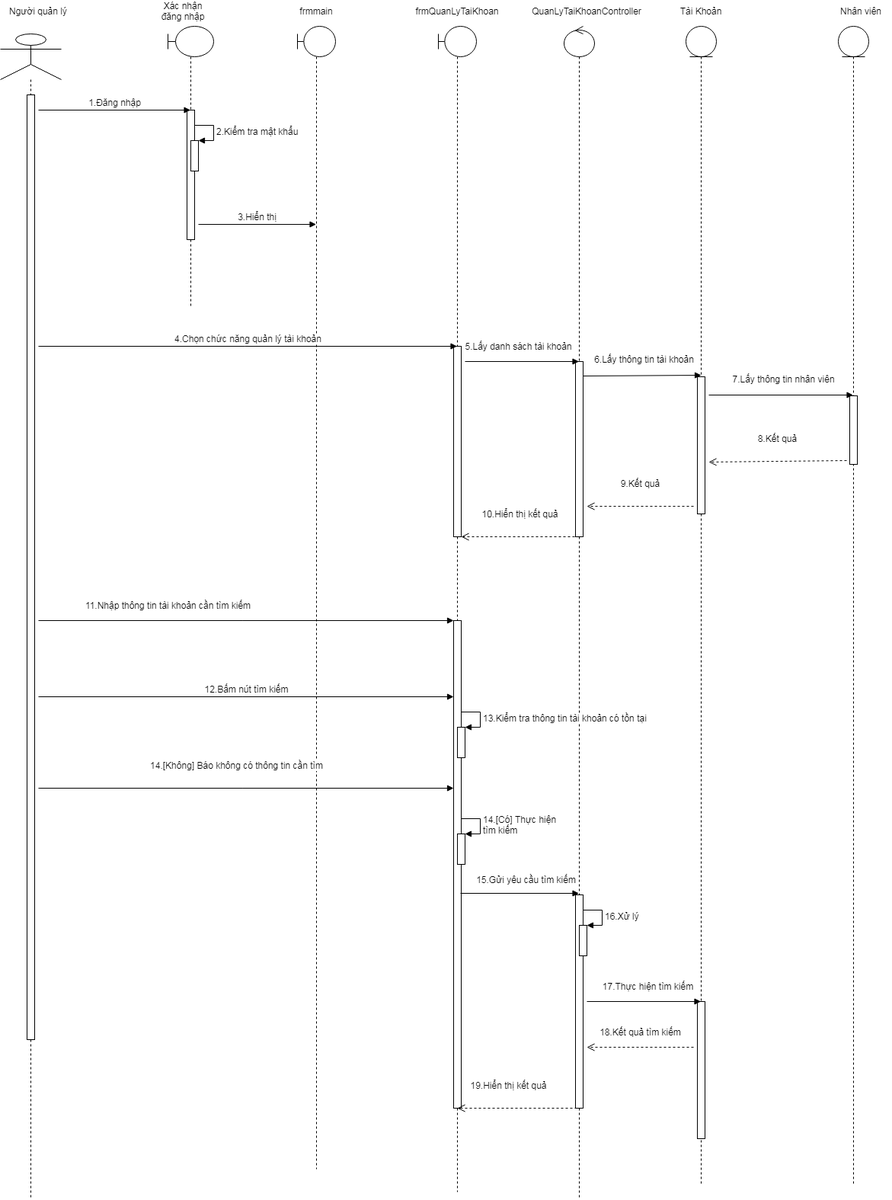
This is Phan_Tich_Thiet_Ke/Diagram/Sequence_Diagram/Sequence_Diagram_QuanLyTaiKhoan_TimKiemTaiKhoan.png from KNhaa/DoAnCNPM, a draw.io export, as it was before one commit. Source tidied: cells renumbered, new cells last; positions are measured from the earlier drawing's top-left corner, leaving out a move shared by most shapes.
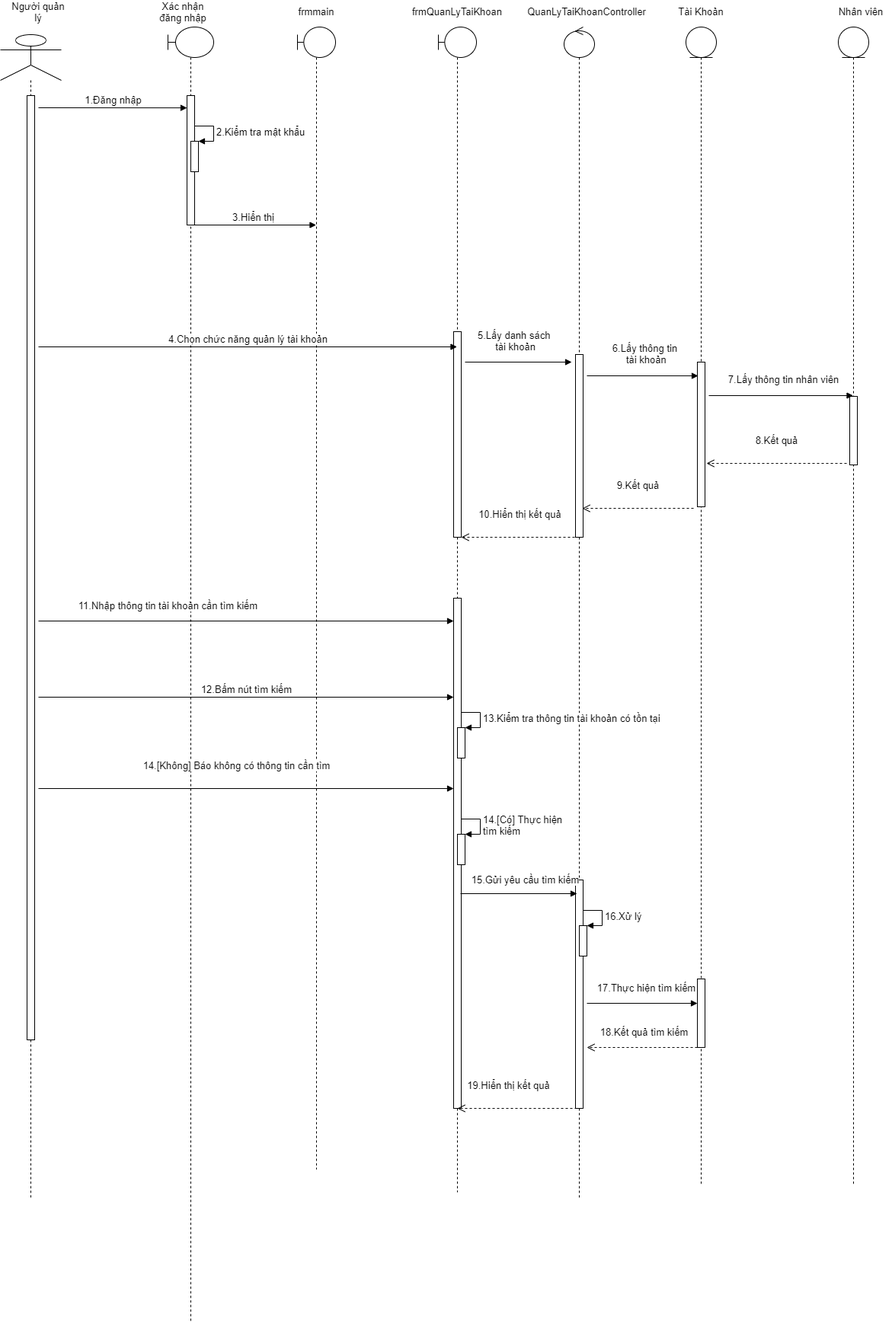
The same file after the commit.

Diff of the diagram source:
```diff
@@ -9,15 +9,15 @@
       <mxGeometry x="35" y="80" width="10" height="1240" as="geometry" />
     </mxCell>
     <mxCell id="4" style="shape=umlLifeline;participant=umlBoundary;perimeter=lifelinePerimeter;whiteSpace=wrap;html=1;verticalAlign=top;spacingTop=36;outlineConnect=0;" parent="1" vertex="1">
-      <mxGeometry x="220" y="30" width="60" height="370" as="geometry" />
+      <mxGeometry x="220" y="30" width="60" height="1700" as="geometry" />
     </mxCell>
     <mxCell id="5" style="html=1;points=[];perimeter=orthogonalPerimeter;" parent="4" vertex="1">
-      <mxGeometry x="25" y="110" width="10" height="170" as="geometry" />
+      <mxGeometry x="25" y="90" width="10" height="170" as="geometry" />
     </mxCell>
     <mxCell id="6" style="html=1;points=[];perimeter=orthogonalPerimeter;" parent="4" vertex="1">
       <mxGeometry x="30" y="150" width="10" height="40" as="geometry" />
     </mxCell>
-    <mxCell id="7" value="&lt;font style=&quot;font-size: 12px&quot;&gt;2.Kiểm tra mật khẩu&lt;/font&gt;" style="edgeStyle=orthogonalEdgeStyle;html=1;align=left;spacingLeft=2;endArrow=block;rounded=0;entryX=1;entryY=0;" parent="4" edge="1" target="6">
+    <mxCell id="7" value="&lt;font style=&quot;font-size: 13px&quot;&gt;2.Kiểm tra mật khẩu&lt;/font&gt;" style="edgeStyle=orthogonalEdgeStyle;html=1;align=left;spacingLeft=2;endArrow=block;rounded=0;entryX=1;entryY=0;" parent="4" edge="1" target="6">
       <mxGeometry relative="1" as="geometry">
         <mxPoint x="35" y="130" as="sourcePoint" />
         <Array as="points">
@@ -32,24 +32,24 @@
       <mxGeometry x="900" y="30" width="40" height="1520" as="geometry" />
     </mxCell>
     <mxCell id="10" style="html=1;points=[];perimeter=orthogonalPerimeter;" parent="9" vertex="1">
-      <mxGeometry x="15" y="460" width="10" height="180" as="geometry" />
+      <mxGeometry x="15" y="440" width="10" height="190" as="geometry" />
     </mxCell>
     <mxCell id="11" style="html=1;points=[];perimeter=orthogonalPerimeter;" parent="9" vertex="1">
-      <mxGeometry x="15" y="1280" width="10" height="180" as="geometry" />
+      <mxGeometry x="15" y="1250" width="10" height="90" as="geometry" />
     </mxCell>
     <mxCell id="12" style="shape=umlLifeline;participant=umlControl;perimeter=lifelinePerimeter;whiteSpace=wrap;html=1;verticalAlign=top;spacingTop=36;outlineConnect=0;" parent="1" vertex="1">
       <mxGeometry x="740" y="30" width="40" height="1540" as="geometry" />
     </mxCell>
     <mxCell id="13" style="html=1;points=[];perimeter=orthogonalPerimeter;" parent="12" vertex="1">
-      <mxGeometry x="15" y="440" width="10" height="230" as="geometry" />
+      <mxGeometry x="15" y="430" width="10" height="240" as="geometry" />
     </mxCell>
     <mxCell id="14" style="html=1;points=[];perimeter=orthogonalPerimeter;" parent="12" vertex="1">
-      <mxGeometry x="15" y="1140" width="10" height="280" as="geometry" />
+      <mxGeometry x="15" y="1120" width="10" height="300" as="geometry" />
     </mxCell>
     <mxCell id="15" style="html=1;points=[];perimeter=orthogonalPerimeter;" parent="12" vertex="1">
       <mxGeometry x="20" y="1180" width="10" height="40" as="geometry" />
     </mxCell>
-    <mxCell id="16" value="&lt;font style=&quot;font-size: 12px&quot;&gt;16.Xử lý&lt;/font&gt;" style="edgeStyle=orthogonalEdgeStyle;html=1;align=left;spacingLeft=2;endArrow=block;rounded=0;entryX=1;entryY=0;" parent="12" edge="1" target="15">
+    <mxCell id="16" value="&lt;font style=&quot;font-size: 13px&quot;&gt;16.Xử lý&lt;/font&gt;" style="edgeStyle=orthogonalEdgeStyle;html=1;align=left;spacingLeft=2;endArrow=block;rounded=0;entryX=1;entryY=0;" parent="12" edge="1" target="15">
       <mxGeometry relative="1" as="geometry">
         <mxPoint x="25" y="1160" as="sourcePoint" />
         <Array as="points">
@@ -57,34 +57,34 @@
         </Array>
       </mxGeometry>
     </mxCell>
-    <mxCell id="17" value="Người quản lý" style="text;html=1;strokeColor=none;fillColor=none;align=center;verticalAlign=middle;whiteSpace=wrap;rounded=0;" parent="1" vertex="1">
+    <mxCell id="17" value="&lt;font style=&quot;font-size: 13px&quot;&gt;Người quản lý&lt;/font&gt;" style="text;html=1;strokeColor=none;fillColor=none;align=center;verticalAlign=middle;whiteSpace=wrap;rounded=0;" parent="1" vertex="1">
       <mxGeometry x="10" width="80" height="20" as="geometry" />
     </mxCell>
-    <mxCell id="18" value="Xác nhận đăng nhập" style="text;html=1;strokeColor=none;fillColor=none;align=center;verticalAlign=middle;whiteSpace=wrap;rounded=0;" parent="1" vertex="1">
+    <mxCell id="18" value="&lt;font style=&quot;font-size: 13px&quot;&gt;Xác nhận đăng nhập&lt;/font&gt;" style="text;html=1;strokeColor=none;fillColor=none;align=center;verticalAlign=middle;whiteSpace=wrap;rounded=0;" parent="1" vertex="1">
       <mxGeometry x="200" width="80" height="20" as="geometry" />
     </mxCell>
-    <mxCell id="19" value="frmmain" style="text;html=1;strokeColor=none;fillColor=none;align=center;verticalAlign=middle;whiteSpace=wrap;rounded=0;" parent="1" vertex="1">
+    <mxCell id="19" value="&lt;font style=&quot;font-size: 13px&quot;&gt;frmmain&lt;/font&gt;" style="text;html=1;strokeColor=none;fillColor=none;align=center;verticalAlign=middle;whiteSpace=wrap;rounded=0;" parent="1" vertex="1">
       <mxGeometry x="375" width="80" height="20" as="geometry" />
     </mxCell>
-    <mxCell id="20" value="frmQuanLyTaiKhoan" style="text;html=1;strokeColor=none;fillColor=none;align=center;verticalAlign=middle;whiteSpace=wrap;rounded=0;" parent="1" vertex="1">
+    <mxCell id="20" value="&lt;font style=&quot;font-size: 13px&quot;&gt;frmQuanLyTaiKhoan&lt;/font&gt;" style="text;html=1;strokeColor=none;fillColor=none;align=center;verticalAlign=middle;whiteSpace=wrap;rounded=0;" parent="1" vertex="1">
       <mxGeometry x="560" width="80" height="20" as="geometry" />
     </mxCell>
-    <mxCell id="21" value="Tài Khoản" style="text;html=1;strokeColor=none;fillColor=none;align=center;verticalAlign=middle;whiteSpace=wrap;rounded=0;" parent="1" vertex="1">
+    <mxCell id="21" value="&lt;font style=&quot;font-size: 13px&quot;&gt;Tài Khoản&lt;/font&gt;" style="text;html=1;strokeColor=none;fillColor=none;align=center;verticalAlign=middle;whiteSpace=wrap;rounded=0;" parent="1" vertex="1">
       <mxGeometry x="880" width="80" height="20" as="geometry" />
     </mxCell>
     <mxCell id="22" style="shape=umlLifeline;participant=umlBoundary;perimeter=lifelinePerimeter;whiteSpace=wrap;html=1;verticalAlign=top;spacingTop=36;outlineConnect=0;" parent="1" vertex="1">
       <mxGeometry x="575" y="30" width="50" height="1530" as="geometry" />
     </mxCell>
     <mxCell id="23" style="html=1;points=[];perimeter=orthogonalPerimeter;" parent="22" vertex="1">
-      <mxGeometry x="20" y="420" width="10" height="250" as="geometry" />
+      <mxGeometry x="20" y="400" width="10" height="270" as="geometry" />
     </mxCell>
     <mxCell id="24" style="html=1;points=[];perimeter=orthogonalPerimeter;" parent="22" vertex="1">
-      <mxGeometry x="20" y="780" width="10" height="640" as="geometry" />
+      <mxGeometry x="20" y="750" width="10" height="670" as="geometry" />
     </mxCell>
     <mxCell id="25" style="html=1;points=[];perimeter=orthogonalPerimeter;" parent="22" vertex="1">
       <mxGeometry x="25" y="920" width="10" height="40" as="geometry" />
     </mxCell>
-    <mxCell id="26" value="&lt;font style=&quot;font-size: 12px&quot;&gt;13.Kiểm tra thông tin tài khoản&amp;nbsp;có tồn tại&lt;/font&gt;" style="edgeStyle=orthogonalEdgeStyle;html=1;align=left;spacingLeft=2;endArrow=block;rounded=0;entryX=1;entryY=0;" parent="22" edge="1" target="25">
+    <mxCell id="26" value="&lt;font style=&quot;font-size: 13px&quot;&gt;13.Kiểm tra thông tin tài khoản&amp;nbsp;có tồn tại&lt;/font&gt;" style="edgeStyle=orthogonalEdgeStyle;html=1;align=left;spacingLeft=2;endArrow=block;rounded=0;entryX=1;entryY=0;" parent="22" edge="1" target="25">
       <mxGeometry relative="1" as="geometry">
         <mxPoint x="30" y="900" as="sourcePoint" />
         <Array as="points">
@@ -95,7 +95,7 @@
     <mxCell id="27" style="html=1;points=[];perimeter=orthogonalPerimeter;" parent="22" vertex="1">
       <mxGeometry x="25" y="1060" width="10" height="40" as="geometry" />
     </mxCell>
-    <mxCell id="28" value="&lt;font style=&quot;font-size: 12px&quot;&gt;14.[Có] Thực hiện &lt;br&gt;tìm kiếm&lt;/font&gt;" style="edgeStyle=orthogonalEdgeStyle;html=1;align=left;spacingLeft=2;endArrow=block;rounded=0;entryX=1;entryY=0;" parent="22" edge="1" target="27">
+    <mxCell id="28" value="&lt;font style=&quot;font-size: 13px&quot;&gt;14.[Có] Thực hiện &lt;br&gt;tìm kiếm&lt;/font&gt;" style="edgeStyle=orthogonalEdgeStyle;html=1;align=left;spacingLeft=2;endArrow=block;rounded=0;entryX=1;entryY=0;" parent="22" edge="1" target="27">
       <mxGeometry relative="1" as="geometry">
         <mxPoint x="30" y="1040" as="sourcePoint" />
         <Array as="points">
@@ -103,74 +103,73 @@
         </Array>
       </mxGeometry>
     </mxCell>
-    <mxCell id="29" value="QuanLyTaiKhoanController" style="text;html=1;strokeColor=none;fillColor=none;align=center;verticalAlign=middle;whiteSpace=wrap;rounded=0;" parent="1" vertex="1">
+    <mxCell id="29" value="&lt;font style=&quot;font-size: 13px&quot;&gt;QuanLyTaiKhoanController&lt;/font&gt;" style="text;html=1;strokeColor=none;fillColor=none;align=center;verticalAlign=middle;whiteSpace=wrap;rounded=0;" parent="1" vertex="1">
       <mxGeometry x="730" width="80" height="20" as="geometry" />
     </mxCell>
-    <mxCell id="30" value="&lt;font style=&quot;font-size: 12px&quot;&gt;1.Đăng nhập&lt;/font&gt;" style="html=1;verticalAlign=bottom;endArrow=block;" parent="1" edge="1" target="4">
+    <mxCell id="30" value="&lt;font style=&quot;font-size: 13px&quot;&gt;1.Đăng nhập&lt;/font&gt;" style="html=1;verticalAlign=bottom;endArrow=block;entryX=0;entryY=0.095;entryDx=0;entryDy=0;entryPerimeter=0;" parent="1" edge="1" target="5">
       <mxGeometry relative="1" as="geometry">
-        <mxPoint x="50" y="140" as="sourcePoint" />
+        <mxPoint x="50" y="136" as="sourcePoint" />
       </mxGeometry>
     </mxCell>
-    <mxCell id="31" value="&lt;font style=&quot;font-size: 12px&quot;&gt;3.Hiển thị&lt;/font&gt;" style="html=1;verticalAlign=bottom;endArrow=block;" parent="1" edge="1" target="8">
+    <mxCell id="31" value="&lt;font style=&quot;font-size: 13px&quot;&gt;3.Hiển thị&lt;/font&gt;" style="html=1;verticalAlign=bottom;endArrow=block;" parent="1" edge="1" target="8">
       <mxGeometry relative="1" as="geometry">
-        <mxPoint x="260" y="290" as="sourcePoint" />
+        <mxPoint x="250" y="290" as="sourcePoint" />
       </mxGeometry>
     </mxCell>
-    <mxCell id="32" value="&lt;font style=&quot;font-size: 12px&quot;&gt;4.Chọn chức năng quản lý tài khoản&lt;/font&gt;" style="html=1;verticalAlign=bottom;endArrow=block;" parent="1" edge="1" target="22">
+    <mxCell id="32" value="&lt;font style=&quot;font-size: 13px&quot;&gt;4.Chọn chức năng quản lý tài khoản&lt;/font&gt;" style="html=1;verticalAlign=bottom;endArrow=block;" parent="1" edge="1" target="22">
       <mxGeometry relative="1" as="geometry">
         <mxPoint x="50" y="450" as="sourcePoint" />
       </mxGeometry>
     </mxCell>
-    <mxCell id="33" value="&lt;font style=&quot;font-size: 12px&quot;&gt;5.Lấy danh sách tài khoản&lt;/font&gt;" style="html=1;verticalAlign=bottom;endArrow=block;" parent="1" edge="1" target="12">
+    <mxCell id="33" value="&lt;font style=&quot;font-size: 13px&quot;&gt;5.Lấy danh sách &lt;br&gt;tài khoản&lt;/font&gt;" style="html=1;verticalAlign=bottom;endArrow=block;" parent="1" edge="1">
       <mxGeometry x="-0.06" y="10" relative="1" as="geometry">
         <mxPoint x="610" y="470" as="sourcePoint" />
+        <mxPoint x="750" y="470" as="targetPoint" />
       </mxGeometry>
     </mxCell>
-    <mxCell id="34" value="&lt;font style=&quot;font-size: 12px&quot;&gt;6.Lấy thông tin tài khoản&lt;/font&gt;" style="html=1;verticalAlign=bottom;endArrow=block;entryX=0.5;entryY=-0.011;entryDx=0;entryDy=0;entryPerimeter=0;" parent="1" edge="1" target="10">
+    <mxCell id="34" value="&lt;font style=&quot;font-size: 13px&quot;&gt;6.Lấy thông tin&lt;br&gt;&amp;nbsp;tài khoản&lt;/font&gt;" style="html=1;verticalAlign=bottom;endArrow=block;entryX=0.1;entryY=0.095;entryDx=0;entryDy=0;entryPerimeter=0;" parent="1" edge="1" target="10">
       <mxGeometry x="0.04" y="11" relative="1" as="geometry">
-        <mxPoint x="765" y="489" as="sourcePoint" />
+        <mxPoint x="770" y="488" as="sourcePoint" />
       </mxGeometry>
     </mxCell>
-    <mxCell id="35" value="&lt;font style=&quot;font-size: 12px&quot;&gt;9.Kết quả&lt;/font&gt;" style="html=1;verticalAlign=bottom;endArrow=open;dashed=1;endSize=8;" parent="1" edge="1">
+    <mxCell id="35" value="&lt;font style=&quot;font-size: 13px&quot;&gt;9.Kết quả&lt;/font&gt;" style="html=1;verticalAlign=bottom;endArrow=open;dashed=1;endSize=8;entryX=0.9;entryY=0.842;entryDx=0;entryDy=0;entryPerimeter=0;" parent="1" edge="1" target="13">
       <mxGeometry y="-20" relative="1" as="geometry">
-        <mxPoint x="910" y="660" as="sourcePoint" />
-        <mxPoint x="770" y="660" as="targetPoint" />
+        <mxPoint x="910" y="662" as="sourcePoint" />
       </mxGeometry>
     </mxCell>
-    <mxCell id="36" value="&lt;span style=&quot;font-size: 12px&quot;&gt;11.Nhập thông tin tài khoản cần tìm kiếm&lt;/span&gt;" style="html=1;verticalAlign=bottom;endArrow=block;" parent="1" edge="1" target="24">
+    <mxCell id="36" value="&lt;font style=&quot;font-size: 13px&quot;&gt;11.Nhập thông tin tài khoản cần tìm kiếm&lt;/font&gt;" style="html=1;verticalAlign=bottom;endArrow=block;" parent="1" edge="1" target="24">
       <mxGeometry x="-0.38" y="10" relative="1" as="geometry">
         <mxPoint x="50" y="810" as="sourcePoint" />
       </mxGeometry>
     </mxCell>
-    <mxCell id="37" value="&lt;span style=&quot;font-size: 12px&quot;&gt;12.Bấm nút tìm kiếm&lt;/span&gt;" style="html=1;verticalAlign=bottom;endArrow=block;" parent="1" edge="1">
+    <mxCell id="37" value="&lt;font style=&quot;font-size: 13px&quot;&gt;12.Bấm nút tìm kiếm&lt;/font&gt;" style="html=1;verticalAlign=bottom;endArrow=block;" parent="1" edge="1">
       <mxGeometry relative="1" as="geometry">
         <mxPoint x="50" y="910" as="sourcePoint" />
         <mxPoint x="595" y="910" as="targetPoint" />
       </mxGeometry>
     </mxCell>
-    <mxCell id="38" value="&lt;span style=&quot;font-size: 12px&quot;&gt;14.[Không] Báo không có thông tin cần tìm&lt;/span&gt;" style="html=1;verticalAlign=bottom;endArrow=block;" parent="1" edge="1">
+    <mxCell id="38" value="&lt;font style=&quot;font-size: 13px&quot;&gt;14.[Không] Báo không có thông tin cần tìm&lt;/font&gt;" style="html=1;verticalAlign=bottom;endArrow=block;" parent="1" edge="1">
       <mxGeometry x="-0.05" y="20" relative="1" as="geometry">
         <mxPoint x="50" y="1030" as="sourcePoint" />
         <mxPoint x="595" y="1030" as="targetPoint" />
       </mxGeometry>
     </mxCell>
-    <mxCell id="39" value="&lt;font style=&quot;font-size: 12px&quot;&gt;&lt;font style=&quot;font-size: 12px&quot;&gt;15.Gửi yêu cầu tìm kiếm&lt;/font&gt;&lt;br&gt;&lt;/font&gt;" style="html=1;verticalAlign=bottom;endArrow=block;" parent="1" edge="1" target="12">
+    <mxCell id="39" value="&lt;font&gt;&lt;font style=&quot;font-size: 13px&quot;&gt;15.Gửi yêu cầu tìm kiếm&lt;/font&gt;&lt;br&gt;&lt;/font&gt;" style="html=1;verticalAlign=bottom;endArrow=block;entryX=0.2;entryY=0.06;entryDx=0;entryDy=0;entryPerimeter=0;" parent="1" edge="1" target="14">
       <mxGeometry x="0.11" y="8" relative="1" as="geometry">
         <mxPoint x="604" y="1168" as="sourcePoint" />
       </mxGeometry>
     </mxCell>
-    <mxCell id="40" value="&lt;font style=&quot;font-size: 12px&quot;&gt;17.Thực hiện tìm kiếm&lt;br&gt;&lt;/font&gt;" style="html=1;verticalAlign=bottom;endArrow=block;" parent="1" edge="1" target="9">
+    <mxCell id="40" value="&lt;font&gt;&lt;font style=&quot;font-size: 13px&quot;&gt;17.Thực hiện tìm kiếm&lt;/font&gt;&lt;br&gt;&lt;/font&gt;" style="html=1;verticalAlign=bottom;endArrow=block;entryX=0;entryY=0.356;entryDx=0;entryDy=0;entryPerimeter=0;" parent="1" edge="1" target="11">
       <mxGeometry x="0.07" y="10" relative="1" as="geometry">
-        <mxPoint x="770" y="1310" as="sourcePoint" />
+        <mxPoint x="770" y="1312" as="sourcePoint" />
       </mxGeometry>
     </mxCell>
-    <mxCell id="41" value="&lt;font style=&quot;font-size: 12px&quot;&gt;18.Kết quả tìm kiếm&lt;/font&gt;" style="html=1;verticalAlign=bottom;endArrow=open;dashed=1;endSize=8;" parent="1" edge="1">
+    <mxCell id="41" value="&lt;font style=&quot;font-size: 13px&quot;&gt;18.Kết quả tìm kiếm&lt;/font&gt;" style="html=1;verticalAlign=bottom;endArrow=open;dashed=1;endSize=8;exitX=0.6;exitY=1;exitDx=0;exitDy=0;exitPerimeter=0;" parent="1" edge="1" source="11">
       <mxGeometry y="-10" relative="1" as="geometry">
-        <mxPoint x="910" y="1370" as="sourcePoint" />
         <mxPoint x="770" y="1370" as="targetPoint" />
       </mxGeometry>
     </mxCell>
-    <mxCell id="42" value="&lt;span style=&quot;font-size: 12px&quot;&gt;19.Hiển thị kết quả&lt;/span&gt;" style="html=1;verticalAlign=bottom;endArrow=open;dashed=1;endSize=8;exitX=0.2;exitY=1;exitDx=0;exitDy=0;exitPerimeter=0;" parent="1" edge="1" source="14">
+    <mxCell id="42" value="&lt;font style=&quot;font-size: 13px&quot;&gt;19.Hiển thị kết quả&lt;/font&gt;" style="html=1;verticalAlign=bottom;endArrow=open;dashed=1;endSize=8;exitX=0.2;exitY=1;exitDx=0;exitDy=0;exitPerimeter=0;" parent="1" edge="1" source="14">
       <mxGeometry x="0.14" y="-20" relative="1" as="geometry">
         <mxPoint x="600" y="1450" as="targetPoint" />
       </mxGeometry>
@@ -181,20 +180,21 @@
     <mxCell id="44" style="html=1;perimeter=orthogonalPerimeter;" parent="43" vertex="1">
       <mxGeometry x="15" y="485" width="10" height="90" as="geometry" />
     </mxCell>
-    <mxCell id="45" value="Nhân viên" style="text;html=1;strokeColor=none;fillColor=none;align=center;verticalAlign=middle;whiteSpace=wrap;rounded=0;" parent="1" vertex="1">
+    <mxCell id="45" value="&lt;font style=&quot;font-size: 13px&quot;&gt;Nhân viên&lt;/font&gt;" style="text;html=1;strokeColor=none;fillColor=none;align=center;verticalAlign=middle;whiteSpace=wrap;rounded=0;" parent="1" vertex="1">
       <mxGeometry x="1090" width="80" height="20" as="geometry" />
     </mxCell>
-    <mxCell id="46" value="&lt;font style=&quot;font-size: 12px&quot;&gt;7.Lấy thông tin nhân viên&lt;/font&gt;" style="html=1;verticalAlign=bottom;endArrow=block;" parent="1" edge="1" target="43">
+    <mxCell id="46" value="&lt;font style=&quot;font-size: 13px&quot;&gt;7.Lấy thông tin nhân viên&lt;/font&gt;" style="html=1;verticalAlign=bottom;endArrow=block;" parent="1" edge="1" target="43">
       <mxGeometry x="0.04" y="11" relative="1" as="geometry">
         <mxPoint x="930" y="514" as="sourcePoint" />
       </mxGeometry>
     </mxCell>
-    <mxCell id="47" value="&lt;font style=&quot;font-size: 12px&quot;&gt;8.Kết quả&lt;/font&gt;" style="html=1;verticalAlign=bottom;endArrow=open;dashed=1;endSize=8;entryX=1.5;entryY=0.622;entryDx=0;entryDy=0;entryPerimeter=0;" parent="1" edge="1" target="10">
+    <mxCell id="47" value="&lt;font style=&quot;font-size: 13px&quot;&gt;8.Kết quả&lt;/font&gt;" style="html=1;verticalAlign=bottom;endArrow=open;dashed=1;endSize=8;" parent="1" edge="1">
       <mxGeometry y="-20" relative="1" as="geometry">
-        <mxPoint x="1111" y="600" as="sourcePoint" />
+        <mxPoint x="1111" y="603" as="sourcePoint" />
+        <mxPoint x="927" y="603" as="targetPoint" />
       </mxGeometry>
     </mxCell>
-    <mxCell id="48" value="&lt;font style=&quot;font-size: 12px&quot;&gt;10.Hiển thị kết quả&lt;/font&gt;" style="html=1;verticalAlign=bottom;endArrow=open;dashed=1;endSize=8;" parent="1" edge="1" target="23">
+    <mxCell id="48" value="&lt;font style=&quot;font-size: 13px&quot;&gt;10.Hiển thị kết quả&lt;/font&gt;" style="html=1;verticalAlign=bottom;endArrow=open;dashed=1;endSize=8;" parent="1" edge="1" target="23">
       <mxGeometry y="-20" relative="1" as="geometry">
         <mxPoint x="760" y="700" as="sourcePoint" />
       </mxGeometry>
```
